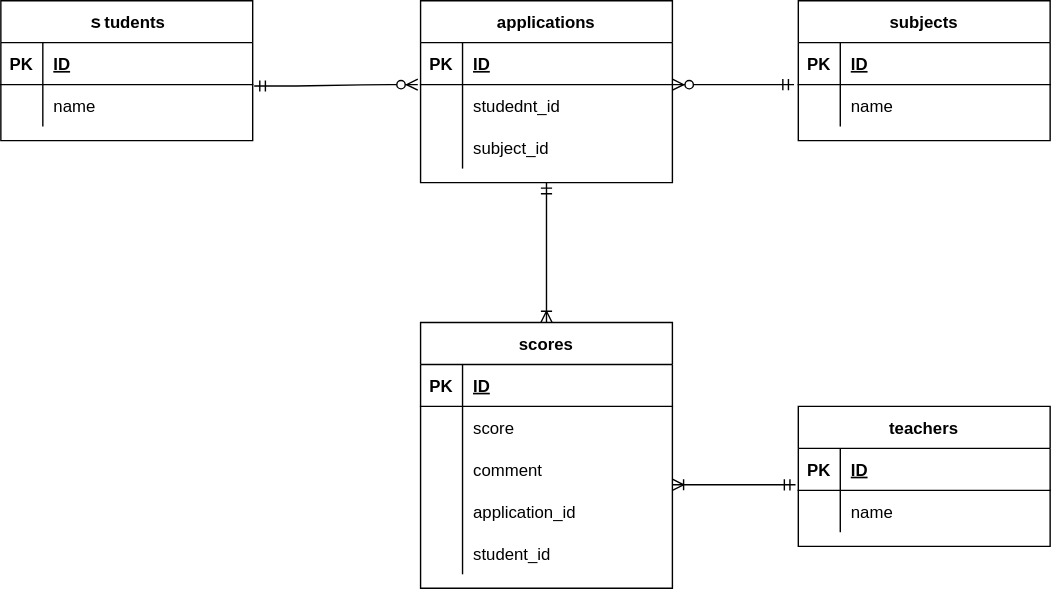
Earlier version of the draw.io export 20221204_koyama03.drawio.svg (koyama-anna/20221203_koyama). Source tidied: cells renumbered, new cells last; positions are measured from the earlier drawing's top-left corner, leaving out a move shared by most shapes.
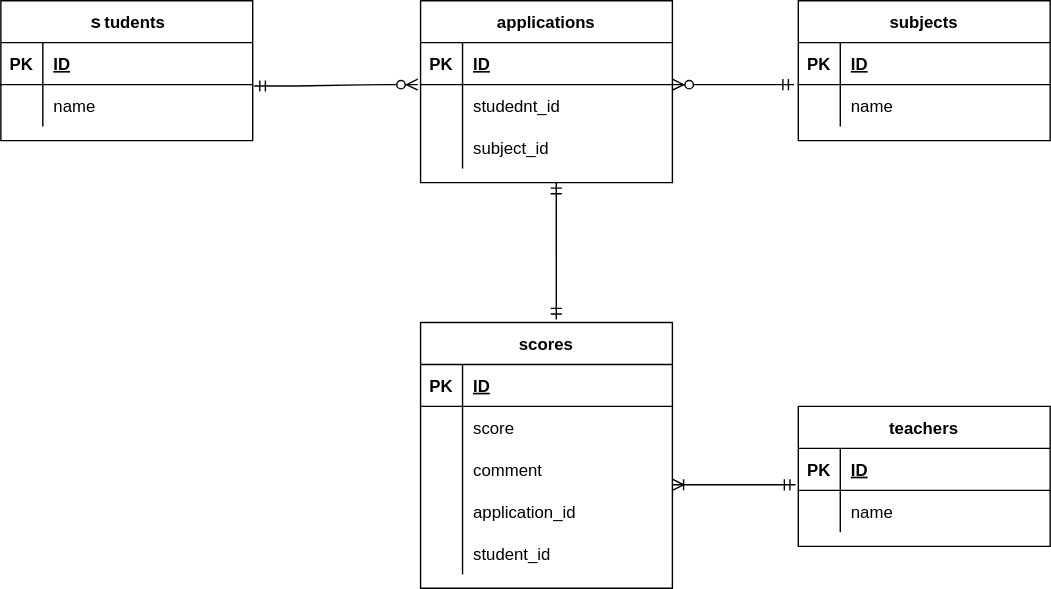
After the commit.

What changed in the source:
```diff
@@ -154,8 +154,10 @@
         <mxPoint x="480" y="346" as="targetPoint" />
       </mxGeometry>
     </mxCell>
-    <mxCell id="52" style="fontSize=12;html=1;endArrow=ERoneToMany;startArrow=ERmandOne;entryX=0.5;entryY=0;entryDx=0;entryDy=0;exitX=0.5;exitY=1;exitDx=0;exitDy=0;" parent="1" edge="1" source="16" target="26">
-      <mxGeometry relative="1" as="geometry" />
+    <mxCell id="52" style="fontSize=12;html=1;endArrow=ERmandOne;startArrow=ERmandOne;exitX=0.539;exitY=-0.011;exitDx=0;exitDy=0;exitPerimeter=0;" parent="1" edge="1" source="26">
+      <mxGeometry relative="1" as="geometry">
+        <mxPoint x="397" y="130" as="targetPoint" />
+      </mxGeometry>
     </mxCell>
   </root>
 </mxGraphModel>
```
